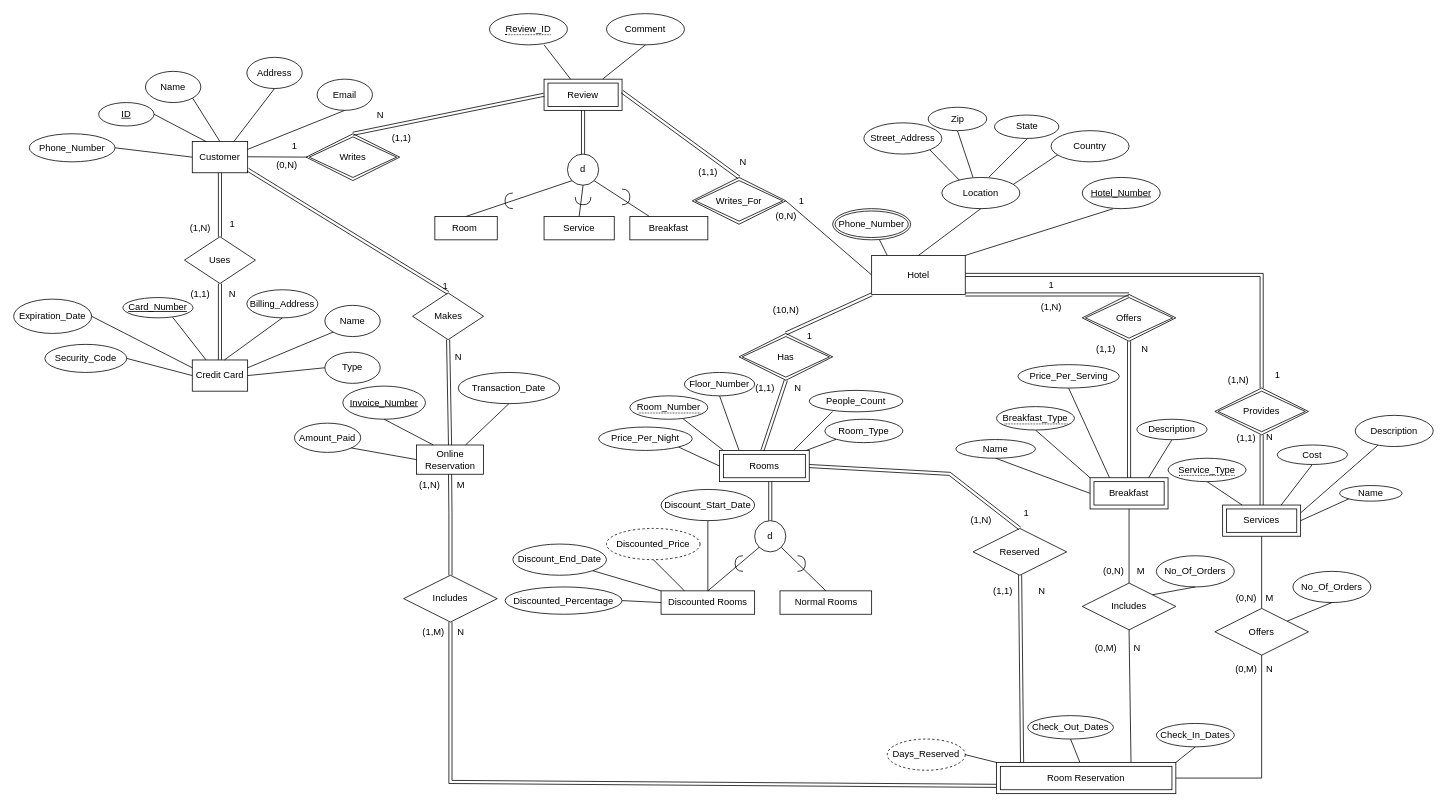
The draw.io diagram diagrams/hotel-entity-0.1.drawio in cicorias/njit-dbms-project1, before the edit. Source tidied: cells renumbered, new cells numbered last; positions are measured from the earlier drawing's top-left corner, leaving out a move shared by most shapes. Both pictures are drawn from the tidied source at 78%, with x=0, y=0 at pixel (13, 13).
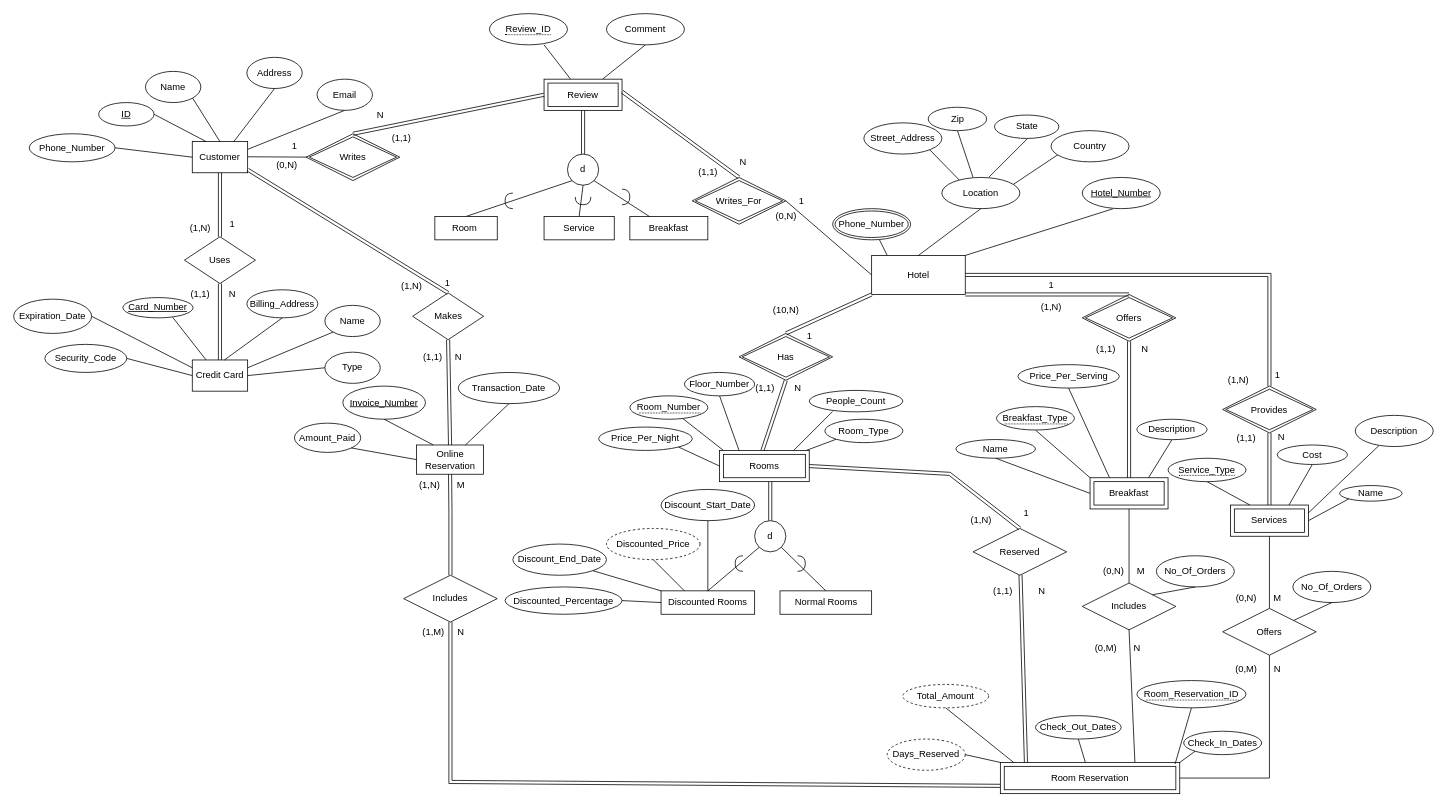
Above is the later version.

The change refers to these unchanged cells:
```xml
<mxCell id="17" value="Hotel" style="rounded=0;whiteSpace=wrap;html=1;" parent="1" vertex="1">
  <mxGeometry x="1100" y="310" width="120" height="50" as="geometry" />
</mxCell>
<mxCell id="151" style="shape=link;html=1;rounded=0;entryX=0.5;entryY=0;entryDx=0;entryDy=0;" parent="1" edge="1" target="95">
  <mxGeometry relative="1" as="geometry">
    <mxPoint x="300" y="200" as="sourcePoint" />
  </mxGeometry>
</mxCell>
```

The edit, as a diff of the source:
```diff
@@
     <mxCell id="29" value="Provides" style="shape=rhombus;double=1;perimeter=rhombusPerimeter;whiteSpace=wrap;html=1;align=center;" parent="1" vertex="1">
-      <mxGeometry x="1540" y="480" width="120" height="60" as="geometry" />
+      <mxGeometry x="1550" y="477.5" width="120" height="60" as="geometry" />
     </mxCell>
@@
     <mxCell id="31" value="Services" style="shape=ext;margin=3;double=1;whiteSpace=wrap;html=1;align=center;" parent="1" vertex="1">
-      <mxGeometry x="1550" y="630" width="100" height="40" as="geometry" />
+      <mxGeometry x="1560" y="630" width="100" height="40" as="geometry" />
     </mxCell>
@@
     <mxCell id="67" value="N" style="text;html=1;align=center;verticalAlign=middle;" parent="1" vertex="1">
-      <mxGeometry x="1600" y="533" width="20" height="20" as="geometry" />
+      <mxGeometry x="1615" y="533" width="20" height="20" as="geometry" />
     </mxCell>
@@
     <mxCell id="109" value="Offers" style="shape=rhombus;perimeter=rhombusPerimeter;whiteSpace=wrap;html=1;align=center;" parent="1" vertex="1">
-      <mxGeometry x="1540" y="762.5" width="120" height="60" as="geometry" />
+      <mxGeometry x="1550" y="762.5" width="120" height="60" as="geometry" />
     </mxCell>
     <mxCell id="110" style="endArrow=none;html=1;rounded=0;entryX=0.5;entryY=1;entryDx=0;entryDy=0;exitX=1;exitY=0.5;exitDx=0;exitDy=0;" parent="1" edge="1" source="176" target="109">
       <mxGeometry relative="1" as="geometry">
         <Array as="points">
-          <mxPoint x="1600" y="980" />
+          <mxPoint x="1610" y="980" />
         </Array>
       </mxGeometry>
     </mxCell>
@@
     <mxCell id="135" style="shape=link;html=1;rounded=0;exitX=1;exitY=0.5;exitDx=0;exitDy=0;entryX=0.5;entryY=0;entryDx=0;entryDy=0;" parent="1" edge="1" source="17" target="29">
       <mxGeometry relative="1" as="geometry">
         <Array as="points">
-          <mxPoint x="1600" y="335" />
+          <mxPoint x="1610" y="335" />
         </Array>
       </mxGeometry>
     </mxCell>
@@
     <mxCell id="152" value="1" style="html=1;align=right;verticalAlign=bottom;" parent="151" vertex="1">
-      <mxGeometry x="1" relative="1" as="geometry" />
+      <mxGeometry x="1" relative="1" as="geometry">
+        <mxPoint x="2.7" y="-4.2" as="offset" />
+      </mxGeometry>
     </mxCell>
@@
     <mxCell id="163" value="Check_In_Dates" style="ellipse;whiteSpace=wrap;html=1;align=center;" parent="1" vertex="1">
-      <mxGeometry x="1465" y="910" width="100" height="30" as="geometry" />
+      <mxGeometry x="1500" y="920" width="100" height="30" as="geometry" />
     </mxCell>
     <mxCell id="164" value="Check_Out_Dates" style="ellipse;whiteSpace=wrap;html=1;align=center;" parent="1" vertex="1">
-      <mxGeometry x="1300" y="900" width="110" height="30" as="geometry" />
+      <mxGeometry x="1310" y="900" width="110" height="30" as="geometry" />
     </mxCell>
@@
-    <mxCell id="166" style="endArrow=none;html=1;rounded=0;exitX=0.5;exitY=1;exitDx=0;exitDy=0;entryX=1;entryY=0;entryDx=0;entryDy=0;" parent="1" edge="1" source="163" target="176">
+    <mxCell id="166" style="endArrow=none;html=1;rounded=0;exitX=0;exitY=1;exitDx=0;exitDy=0;entryX=1;entryY=0;entryDx=0;entryDy=0;" parent="1" edge="1" source="163" target="176">
       <mxGeometry relative="1" as="geometry" />
     </mxCell>
@@
     <mxCell id="176" value="Room Reservation" style="shape=ext;margin=3;double=1;whiteSpace=wrap;html=1;align=center;" parent="1" vertex="1">
-      <mxGeometry x="1260" y="960" width="230" height="40" as="geometry" />
+      <mxGeometry x="1265" y="960" width="230" height="40" as="geometry" />
     </mxCell>
@@
     <mxCell id="189" value="M" style="text;html=1;align=center;verticalAlign=middle;" parent="1" vertex="1">
-      <mxGeometry x="1595" y="740" width="30" height="20" as="geometry" />
+      <mxGeometry x="1605" y="740" width="30" height="20" as="geometry" />
     </mxCell>
@@
     <mxCell id="191" value="N" style="text;html=1;align=center;verticalAlign=middle;" parent="1" vertex="1">
-      <mxGeometry x="1600" y="830" width="20" height="20" as="geometry" />
+      <mxGeometry x="1610" y="830" width="20" height="20" as="geometry" />
     </mxCell>
@@
+    <mxCell id="197" value="Total_Amount" style="ellipse;whiteSpace=wrap;html=1;align=center;dashed=1;" parent="1" vertex="1">
+      <mxGeometry x="1140" y="860" width="110" height="30" as="geometry" />
+    </mxCell>
+    <mxCell id="198" style="endArrow=none;html=1;rounded=0;entryX=0.074;entryY=0;entryDx=0;entryDy=0;entryPerimeter=0;exitX=0.5;exitY=1;exitDx=0;exitDy=0;" parent="1" edge="1" source="197" target="176">
+      <mxGeometry relative="1" as="geometry" />
+    </mxCell>
+    <mxCell id="199" value="&lt;span style=&quot;border-bottom: 1px dotted&quot;&gt;Room_Reservation_ID&lt;/span&gt;" style="ellipse;whiteSpace=wrap;html=1;align=center;" parent="1" vertex="1">
+      <mxGeometry x="1440" y="855" width="140" height="35" as="geometry" />
+    </mxCell>
+    <mxCell id="200" style="endArrow=none;html=1;rounded=0;exitX=0.5;exitY=1;exitDx=0;exitDy=0;" parent="1" edge="1" source="199">
+      <mxGeometry relative="1" as="geometry">
+        <mxPoint x="1489" y="962" as="targetPoint" />
+      </mxGeometry>
+    </mxCell>
+    <mxCell id="201" value="(1,N)" style="text;html=1;align=center;verticalAlign=middle;" parent="1" vertex="1">
+      <mxGeometry x="490" y="340" width="40" height="20" as="geometry" />
+    </mxCell>
+    <mxCell id="202" value="(1,1)" style="text;html=1;align=center;verticalAlign=middle;" parent="1" vertex="1">
+      <mxGeometry x="516.5" y="430" width="40" height="20" as="geometry" />
+    </mxCell>
```
